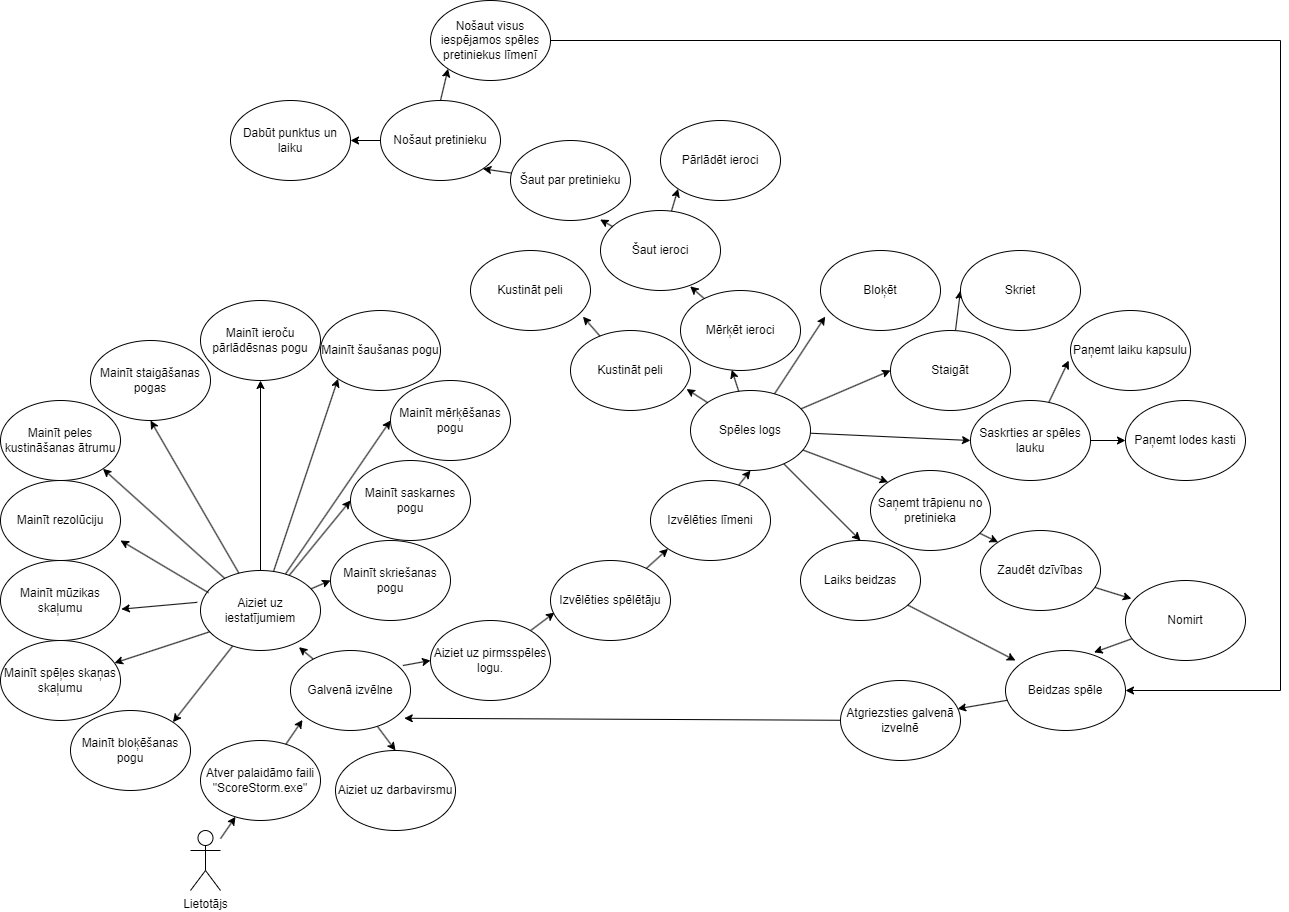
The draw.io diagram Diagrammas/UseCase.png in GNarvils/ScoreStorm, before a commit. Source tidied: cells renumbered, new cells last; positions are measured from the earlier drawing's top-left corner, leaving out a move shared by most shapes.
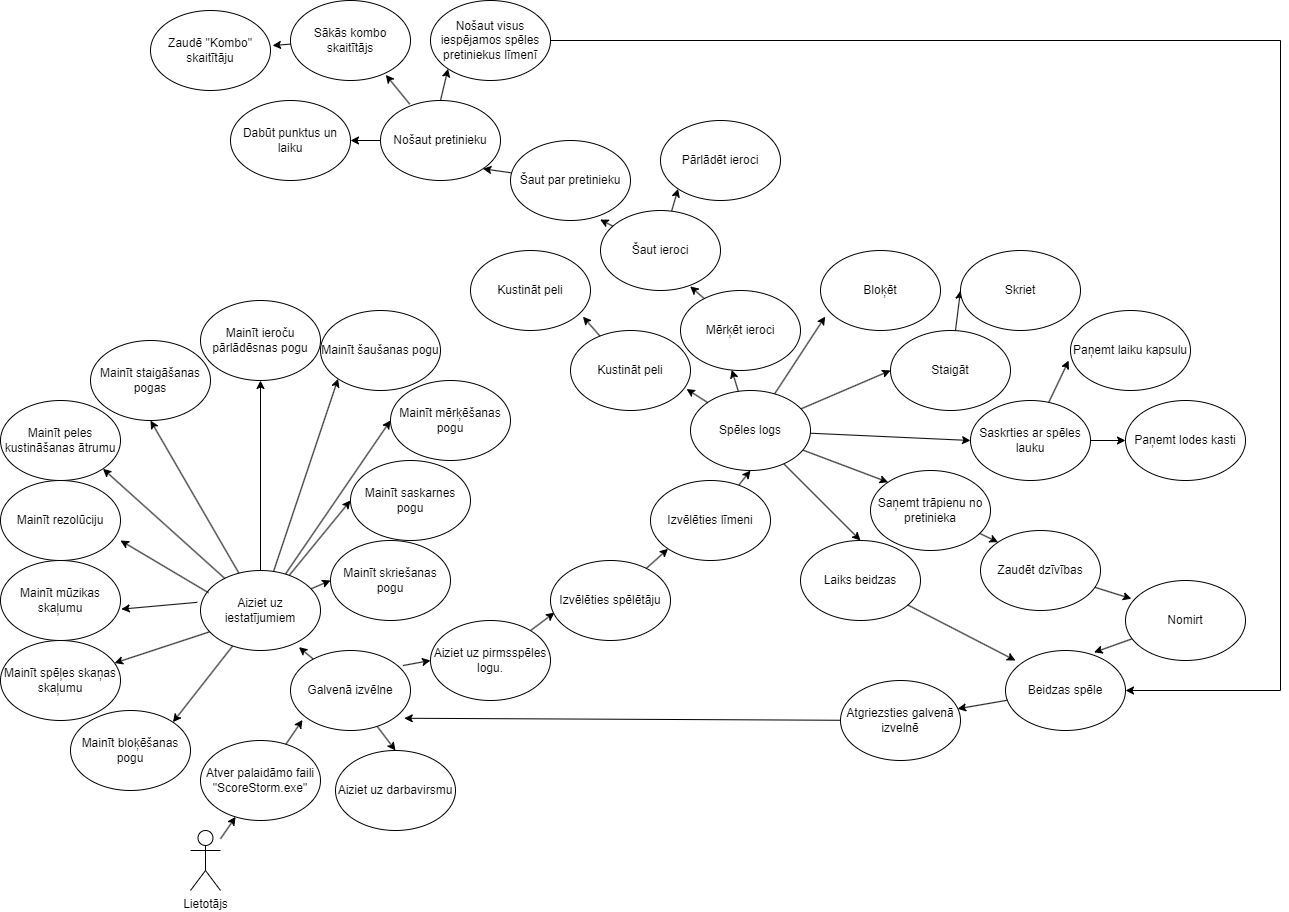
Above is the later version.

Commit message:
Aktivitates diagrammas pabeigtas

What changed in the source:
```diff
@@ -262,5 +262,17 @@
     <mxCell id="86" style="rounded=0;jettySize=auto;html=1;entryX=0.948;entryY=0.847;entryDx=0;entryDy=0;entryPerimeter=0;" parent="1" edge="1" source="84" target="8">
       <mxGeometry relative="1" as="geometry" />
     </mxCell>
+    <mxCell id="87" value="Sākās kombo skaitītājs" style="ellipse;whiteSpace=wrap;html=1;" parent="1" vertex="1">
+      <mxGeometry x="290" width="120" height="80" as="geometry" />
+    </mxCell>
+    <mxCell id="88" value="Zaudē &quot;Kombo&quot; skaitītāju" style="ellipse;whiteSpace=wrap;html=1;" parent="1" vertex="1">
+      <mxGeometry x="150" y="10" width="120" height="80" as="geometry" />
+    </mxCell>
+    <mxCell id="89" style="endArrow=classic;html=1;rounded=0;entryX=0.794;entryY=0.929;entryDx=0;entryDy=0;entryPerimeter=0;exitX=0.244;exitY=0.046;exitDx=0;exitDy=0;exitPerimeter=0;" parent="1" edge="1" source="59" target="87">
+      <mxGeometry relative="1" as="geometry" />
+    </mxCell>
+    <mxCell id="90" style="rounded=0;jettySize=auto;html=1;entryX=1.017;entryY=0.438;entryDx=0;entryDy=0;entryPerimeter=0;" parent="1" edge="1" source="87" target="88">
+      <mxGeometry relative="1" as="geometry" />
+    </mxCell>
   </root>
 </mxGraphModel>
```
